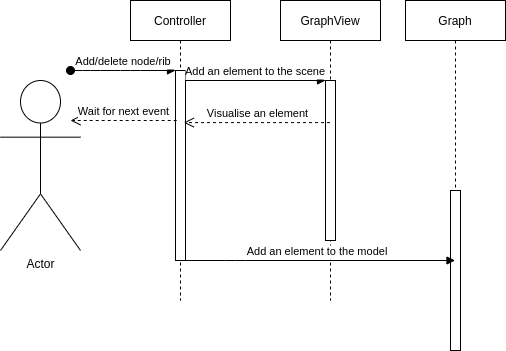
The draw.io diagram reports/UML/sequence.png in dkamakin/Practice-SPbETU-2021, before a commit. Source tidied: cells renumbered, new cells last; positions are measured from the earlier drawing's top-left corner, leaving out a move shared by most shapes.
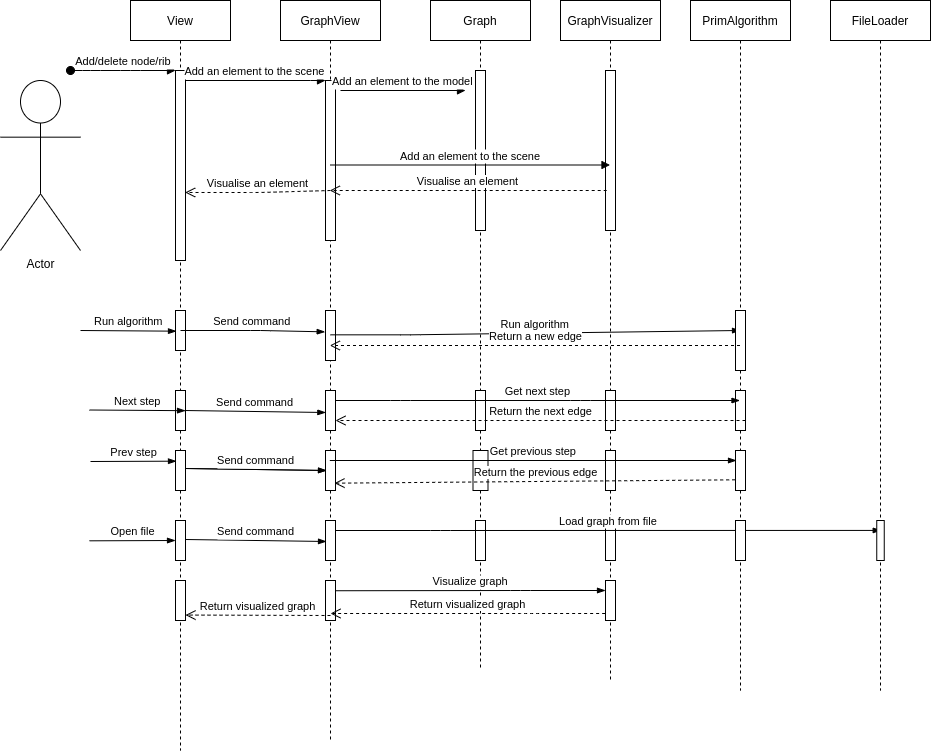
The same file after the commit.

Change to the diagram source:
```diff
@@ -2,8 +2,8 @@
   <root>
     <mxCell id="0" />
     <mxCell id="1" parent="0" />
-    <mxCell id="2" value="Controller" style="shape=umlLifeline;perimeter=lifelinePerimeter;rounded=0;shadow=0;strokeWidth=1;" parent="1" vertex="1">
-      <mxGeometry x="130" width="100" height="300" as="geometry" />
+    <mxCell id="2" value="View" style="shape=umlLifeline;perimeter=lifelinePerimeter;rounded=0;shadow=0;strokeWidth=1;" parent="1" vertex="1">
+      <mxGeometry x="130" width="100" height="750" as="geometry" />
     </mxCell>
     <mxCell id="3" style="points=[];perimeter=orthogonalPerimeter;rounded=0;shadow=0;strokeWidth=1;" parent="2" vertex="1">
       <mxGeometry x="45" y="70" width="10" height="190" as="geometry" />
@@ -17,40 +17,245 @@
         </Array>
       </mxGeometry>
     </mxCell>
+    <mxCell id="14" style="points=[];perimeter=orthogonalPerimeter;rounded=0;shadow=0;strokeWidth=1;" parent="2" vertex="1">
+      <mxGeometry x="45" y="310" width="10" height="40" as="geometry" />
+    </mxCell>
+    <mxCell id="15" style="perimeter=orthogonalPerimeter;rounded=0;shadow=0;strokeWidth=1;" parent="2" vertex="1">
+      <mxGeometry x="45" y="450" width="10" height="40" as="geometry" />
+    </mxCell>
     <mxCell id="5" value="GraphView" style="shape=umlLifeline;perimeter=lifelinePerimeter;rounded=0;shadow=0;strokeWidth=1;" parent="1" vertex="1">
-      <mxGeometry x="280" width="100" height="300" as="geometry" />
+      <mxGeometry x="280" width="100" height="740" as="geometry" />
     </mxCell>
     <mxCell id="6" style="points=[];perimeter=orthogonalPerimeter;rounded=0;shadow=0;strokeWidth=1;" parent="5" vertex="1">
       <mxGeometry x="45" y="80" width="10" height="160" as="geometry" />
     </mxCell>
+    <mxCell id="16" style="points=[];perimeter=orthogonalPerimeter;rounded=0;shadow=0;strokeWidth=1;" parent="5" vertex="1">
+      <mxGeometry x="45" y="310" width="10" height="50" as="geometry" />
+    </mxCell>
+    <mxCell id="17" style="points=[];perimeter=orthogonalPerimeter;rounded=0;shadow=0;strokeWidth=1;" parent="5" vertex="1">
+      <mxGeometry x="45" y="390" width="10" height="40" as="geometry" />
+    </mxCell>
+    <mxCell id="18" style="points=[];perimeter=orthogonalPerimeter;rounded=0;shadow=0;strokeWidth=1;" parent="5" vertex="1">
+      <mxGeometry x="45" y="450" width="10" height="40" as="geometry" />
+    </mxCell>
     <mxCell id="7" value="Add an element to the scene" style="verticalAlign=bottom;endArrow=block;entryX=0;entryY=0;shadow=0;strokeWidth=1;" parent="1" edge="1" source="3" target="6">
-      <mxGeometry relative="1" as="geometry" />
+      <mxGeometry relative="1" as="geometry">
+        <Array as="points">
+          <mxPoint x="320" y="80" />
+        </Array>
+      </mxGeometry>
     </mxCell>
     <mxCell id="8" value="Actor" style="shape=umlActor;verticalLabelPosition=bottom;verticalAlign=top;html=1;" parent="1" vertex="1">
       <mxGeometry y="80" width="80" height="170" as="geometry" />
     </mxCell>
     <mxCell id="9" value="Graph" style="shape=umlLifeline;perimeter=lifelinePerimeter;rounded=0;shadow=0;strokeWidth=1;" parent="1" vertex="1">
-      <mxGeometry x="405" width="100" height="300" as="geometry" />
+      <mxGeometry x="430" width="100" height="670" as="geometry" />
     </mxCell>
     <mxCell id="10" style="perimeter=orthogonalPerimeter;rounded=0;shadow=0;strokeWidth=1;" parent="9" vertex="1">
-      <mxGeometry x="45" y="190" width="10" height="160" as="geometry" />
+      <mxGeometry x="45" y="70" width="10" height="160" as="geometry" />
     </mxCell>
+    <mxCell id="19" style="perimeter=orthogonalPerimeter;rounded=0;shadow=0;strokeWidth=1;" parent="9" vertex="1">
+      <mxGeometry x="45" y="390" width="10" height="40" as="geometry" />
+    </mxCell>
+    <mxCell id="20" style="perimeter=orthogonalPerimeter;rounded=0;shadow=0;strokeWidth=1;" parent="9" vertex="1">
+      <mxGeometry x="45" y="520" width="10" height="40" as="geometry" />
+    </mxCell>
+    <mxCell id="12" value="Visualise an element" style="html=1;verticalAlign=bottom;endArrow=open;dashed=1;endSize=8;entryX=0.967;entryY=0.642;entryDx=0;entryDy=0;entryPerimeter=0;" parent="1" edge="1" target="3">
+      <mxGeometry relative="1" as="geometry">
+        <mxPoint x="330" y="190" as="sourcePoint" />
+        <Array as="points">
+          <mxPoint x="260" y="192" />
+        </Array>
+      </mxGeometry>
+    </mxCell>
-    <mxCell id="11" value="Add an element to the model" style="verticalAlign=bottom;endArrow=block;shadow=0;strokeWidth=1;" parent="1" edge="1" target="9">
+    <mxCell id="11" value="Add an element to the model" style="verticalAlign=bottom;endArrow=block;shadow=0;strokeWidth=1;" parent="1" edge="1">
       <mxGeometry relative="1" as="geometry">
-        <mxPoint x="180" y="260" as="sourcePoint" />
+        <mxPoint x="340" y="90" as="sourcePoint" />
+        <mxPoint x="465" y="90" as="targetPoint" />
         <Array as="points">
-          <mxPoint x="235" y="260" />
+          <mxPoint x="340" y="90" />
         </Array>
       </mxGeometry>
     </mxCell>
-    <mxCell id="12" value="Visualise an element" style="html=1;verticalAlign=bottom;endArrow=open;dashed=1;endSize=8;entryX=0.533;entryY=0.407;entryDx=0;entryDy=0;entryPerimeter=0;" parent="1" edge="1" source="5" target="2">
-      <mxGeometry relative="1" as="geometry" />
-    </mxCell>
-    <mxCell id="13" value="Wait for next event" style="html=1;verticalAlign=bottom;endArrow=open;dashed=1;endSize=8;" parent="1" edge="1">
-      <mxGeometry relative="1" as="geometry">
-        <mxPoint x="176.2" y="120" as="sourcePoint" />
-        <mxPoint x="70" y="120" as="targetPoint" />
-      </mxGeometry>
-    </mxCell>
+    <mxCell id="21" value="GraphVisualizer" style="shape=umlLifeline;perimeter=lifelinePerimeter;rounded=0;shadow=0;strokeWidth=1;" parent="1" vertex="1">
+      <mxGeometry x="560" width="100" height="680" as="geometry" />
+    </mxCell>
+    <mxCell id="22" style="perimeter=orthogonalPerimeter;rounded=0;shadow=0;strokeWidth=1;" parent="21" vertex="1">
+      <mxGeometry x="45" y="70" width="10" height="160" as="geometry" />
+    </mxCell>
+    <mxCell id="23" style="perimeter=orthogonalPerimeter;rounded=0;shadow=0;strokeWidth=1;" parent="21" vertex="1">
+      <mxGeometry x="45" y="450" width="10" height="40" as="geometry" />
+    </mxCell>
+    <mxCell id="24" style="perimeter=orthogonalPerimeter;rounded=0;shadow=0;strokeWidth=1;" parent="21" vertex="1">
+      <mxGeometry x="45" y="520" width="10" height="40" as="geometry" />
+    </mxCell>
+    <mxCell id="25" value="Add an element to the scene" style="verticalAlign=bottom;endArrow=block;shadow=0;strokeWidth=1;" parent="1" edge="1" target="21">
+      <mxGeometry relative="1" as="geometry">
+        <mxPoint x="330" y="164.5" as="sourcePoint" />
+      </mxGeometry>
+    </mxCell>
+    <mxCell id="26" value="Visualise an element" style="html=1;verticalAlign=bottom;endArrow=open;dashed=1;endSize=8;" parent="1" edge="1" target="5">
+      <mxGeometry relative="1" as="geometry">
+        <mxPoint x="606.2" y="190" as="sourcePoint" />
+      </mxGeometry>
+    </mxCell>
+    <mxCell id="27" value="PrimAlgorithm" style="shape=umlLifeline;perimeter=lifelinePerimeter;rounded=0;shadow=0;strokeWidth=1;" parent="1" vertex="1">
+      <mxGeometry x="690" width="100" height="690" as="geometry" />
+    </mxCell>
+    <mxCell id="28" style="points=[];perimeter=orthogonalPerimeter;rounded=0;shadow=0;strokeWidth=1;" parent="27" vertex="1">
+      <mxGeometry x="45" y="450" width="10" height="40" as="geometry" />
+    </mxCell>
+    <mxCell id="29" value="Run algorithm" style="verticalAlign=bottom;endArrow=blockThin;entryX=0.1;entryY=0.517;shadow=0;strokeWidth=1;entryDx=0;entryDy=0;entryPerimeter=0;endFill=1;" parent="1" edge="1" target="14">
+      <mxGeometry relative="1" as="geometry">
+        <mxPoint x="80" y="330" as="sourcePoint" />
+      </mxGeometry>
+    </mxCell>
+    <mxCell id="30" value="Send command" style="verticalAlign=bottom;endArrow=blockThin;entryX=-0.033;entryY=0.427;shadow=0;strokeWidth=1;entryDx=0;entryDy=0;entryPerimeter=0;endFill=1;" parent="1" edge="1" target="16">
+      <mxGeometry relative="1" as="geometry">
+        <mxPoint x="180" y="330" as="sourcePoint" />
+        <Array as="points">
+          <mxPoint x="260" y="330" />
+        </Array>
+      </mxGeometry>
+    </mxCell>
+    <mxCell id="31" value="Run algorithm" style="verticalAlign=bottom;endArrow=blockThin;entryX=0.5;entryY=0.333;shadow=0;strokeWidth=1;entryDx=0;entryDy=0;entryPerimeter=0;endFill=1;" parent="1" edge="1" target="32">
+      <mxGeometry relative="1" as="geometry">
+        <mxPoint x="330" y="334.3" as="sourcePoint" />
+        <Array as="points">
+          <mxPoint x="410" y="334.3" />
+        </Array>
+      </mxGeometry>
+    </mxCell>
+    <mxCell id="32" style="points=[];perimeter=orthogonalPerimeter;rounded=0;shadow=0;strokeWidth=1;" parent="1" vertex="1">
+      <mxGeometry x="735" y="310" width="10" height="60" as="geometry" />
+    </mxCell>
+    <mxCell id="33" value="Return a new edge" style="html=1;verticalAlign=bottom;endArrow=open;dashed=1;endSize=8;" parent="1" edge="1" source="27" target="5">
+      <mxGeometry relative="1" as="geometry" />
+    </mxCell>
+    <mxCell id="34" style="perimeter=orthogonalPerimeter;rounded=0;shadow=0;strokeWidth=1;" parent="1" vertex="1">
+      <mxGeometry x="175" y="390" width="10" height="40" as="geometry" />
+    </mxCell>
+    <mxCell id="35" style="perimeter=orthogonalPerimeter;rounded=0;shadow=0;strokeWidth=1;" parent="1" vertex="1">
+      <mxGeometry x="605" y="390" width="10" height="40" as="geometry" />
+    </mxCell>
+    <mxCell id="36" style="perimeter=orthogonalPerimeter;rounded=0;shadow=0;strokeWidth=1;" parent="1" vertex="1">
+      <mxGeometry x="735" y="390" width="10" height="40" as="geometry" />
+    </mxCell>
+    <mxCell id="37" value="Next step" style="verticalAlign=bottom;endArrow=blockThin;entryX=0.1;entryY=0.517;shadow=0;strokeWidth=1;entryDx=0;entryDy=0;entryPerimeter=0;endFill=1;" parent="1" edge="1">
+      <mxGeometry relative="1" as="geometry">
+        <mxPoint x="89" y="409.5" as="sourcePoint" />
+        <mxPoint x="185" y="410.2" as="targetPoint" />
+      </mxGeometry>
+    </mxCell>
+    <mxCell id="38" value="Send command" style="verticalAlign=bottom;endArrow=blockThin;shadow=0;strokeWidth=1;endFill=1;entryX=0.033;entryY=0.55;entryDx=0;entryDy=0;entryPerimeter=0;" parent="1" edge="1" target="17">
+      <mxGeometry relative="1" as="geometry">
+        <mxPoint x="184" y="410" as="sourcePoint" />
+      </mxGeometry>
+    </mxCell>
+    <mxCell id="39" value="Get next step" style="verticalAlign=bottom;endArrow=blockThin;shadow=0;strokeWidth=1;endFill=1;" parent="1" edge="1" source="17" target="27">
+      <mxGeometry relative="1" as="geometry">
+        <Array as="points">
+          <mxPoint x="400" y="400" />
+          <mxPoint x="580" y="400" />
+        </Array>
+      </mxGeometry>
+    </mxCell>
+    <mxCell id="40" value="Return the next edge" style="html=1;verticalAlign=bottom;endArrow=open;dashed=1;endSize=8;" parent="1" edge="1">
+      <mxGeometry relative="1" as="geometry">
+        <mxPoint x="745" y="420" as="sourcePoint" />
+        <mxPoint x="335" y="420" as="targetPoint" />
+      </mxGeometry>
+    </mxCell>
+    <mxCell id="41" style="perimeter=orthogonalPerimeter;rounded=0;shadow=0;strokeWidth=1;" parent="1" vertex="1">
+      <mxGeometry x="472.5" y="450" width="15" height="40" as="geometry" />
+    </mxCell>
+    <mxCell id="42" value="Prev step" style="verticalAlign=bottom;endArrow=blockThin;entryX=0.1;entryY=0.517;shadow=0;strokeWidth=1;entryDx=0;entryDy=0;entryPerimeter=0;endFill=1;" parent="1" edge="1">
+      <mxGeometry relative="1" as="geometry">
+        <mxPoint x="90" y="461" as="sourcePoint" />
+        <mxPoint x="176" y="460.7" as="targetPoint" />
+      </mxGeometry>
+    </mxCell>
+    <mxCell id="43" value="Send command" style="verticalAlign=bottom;endArrow=blockThin;shadow=0;strokeWidth=1;endFill=1;" parent="1" edge="1">
+      <mxGeometry relative="1" as="geometry">
+        <mxPoint x="185" y="468" as="sourcePoint" />
+        <mxPoint x="326" y="470" as="targetPoint" />
+      </mxGeometry>
+    </mxCell>
+    <mxCell id="44" value="Get previous step" style="verticalAlign=bottom;endArrow=blockThin;shadow=0;strokeWidth=1;endFill=1;entryX=0.1;entryY=0.25;entryDx=0;entryDy=0;entryPerimeter=0;" parent="1" edge="1" source="5" target="28">
+      <mxGeometry relative="1" as="geometry" />
+    </mxCell>
+    <mxCell id="45" value="Return the previous edge&lt;br&gt;" style="html=1;verticalAlign=bottom;endArrow=open;dashed=1;endSize=8;exitX=-0.033;exitY=0.733;exitDx=0;exitDy=0;exitPerimeter=0;entryX=0.9;entryY=0.817;entryDx=0;entryDy=0;entryPerimeter=0;" parent="1" edge="1" source="28" target="18">
+      <mxGeometry relative="1" as="geometry" />
+    </mxCell>
+    <mxCell id="46" value="Open file" style="verticalAlign=bottom;endArrow=blockThin;entryX=0.1;entryY=0.517;shadow=0;strokeWidth=1;entryDx=0;entryDy=0;entryPerimeter=0;endFill=1;" parent="1" edge="1">
+      <mxGeometry relative="1" as="geometry">
+        <mxPoint x="89" y="540.3" as="sourcePoint" />
+        <mxPoint x="175" y="540" as="targetPoint" />
+      </mxGeometry>
+    </mxCell>
+    <mxCell id="47" style="perimeter=orthogonalPerimeter;rounded=0;shadow=0;strokeWidth=1;" parent="1" vertex="1">
+      <mxGeometry x="175" y="520" width="10" height="40" as="geometry" />
+    </mxCell>
+    <mxCell id="48" style="perimeter=orthogonalPerimeter;rounded=0;shadow=0;strokeWidth=1;" parent="1" vertex="1">
+      <mxGeometry x="325" y="520" width="10" height="40" as="geometry" />
+    </mxCell>
+    <mxCell id="49" value="Send command" style="verticalAlign=bottom;endArrow=blockThin;shadow=0;strokeWidth=1;endFill=1;" parent="1" edge="1">
+      <mxGeometry relative="1" as="geometry">
+        <mxPoint x="185" y="468" as="sourcePoint" />
+        <mxPoint x="326" y="470" as="targetPoint" />
+      </mxGeometry>
+    </mxCell>
+    <mxCell id="50" value="Send command" style="verticalAlign=bottom;endArrow=blockThin;shadow=0;strokeWidth=1;endFill=1;" parent="1" edge="1">
+      <mxGeometry relative="1" as="geometry">
+        <mxPoint x="185" y="539" as="sourcePoint" />
+        <mxPoint x="326" y="541" as="targetPoint" />
+      </mxGeometry>
+    </mxCell>
+    <mxCell id="51" value="Load graph from file" style="verticalAlign=bottom;endArrow=blockThin;shadow=0;strokeWidth=1;endFill=1;entryX=0.507;entryY=0.768;entryDx=0;entryDy=0;entryPerimeter=0;" parent="1" edge="1" target="52">
+      <mxGeometry relative="1" as="geometry">
+        <mxPoint x="335" y="530" as="sourcePoint" />
+        <Array as="points">
+          <mxPoint x="440" y="530" />
+        </Array>
+      </mxGeometry>
+    </mxCell>
+    <mxCell id="52" value="FileLoader" style="shape=umlLifeline;perimeter=lifelinePerimeter;rounded=0;shadow=0;strokeWidth=1;" parent="1" vertex="1">
+      <mxGeometry x="830" width="100" height="690" as="geometry" />
+    </mxCell>
+    <mxCell id="53" style="perimeter=orthogonalPerimeter;rounded=0;shadow=0;strokeWidth=1;" parent="52" vertex="1">
+      <mxGeometry x="46.2" y="520" width="7.5" height="40" as="geometry" />
+    </mxCell>
+    <mxCell id="54" style="perimeter=orthogonalPerimeter;rounded=0;shadow=0;strokeWidth=1;" parent="1" vertex="1">
+      <mxGeometry x="735" y="520" width="10" height="40" as="geometry" />
+    </mxCell>
+    <mxCell id="55" style="points=[];perimeter=orthogonalPerimeter;rounded=0;shadow=0;strokeWidth=1;" parent="1" vertex="1">
+      <mxGeometry x="325" y="580" width="10" height="40" as="geometry" />
+    </mxCell>
+    <mxCell id="56" style="points=[];perimeter=orthogonalPerimeter;rounded=0;shadow=0;strokeWidth=1;" parent="1" vertex="1">
+      <mxGeometry x="605" y="580" width="10" height="40" as="geometry" />
+    </mxCell>
+    <mxCell id="57" value="Visualize graph" style="verticalAlign=bottom;endArrow=blockThin;shadow=0;strokeWidth=1;endFill=1;exitX=0.982;exitY=0.256;exitDx=0;exitDy=0;exitPerimeter=0;" parent="1" edge="1" source="55" target="56">
+      <mxGeometry relative="1" as="geometry">
+        <Array as="points">
+          <mxPoint x="520" y="590" />
+        </Array>
+      </mxGeometry>
+    </mxCell>
+    <mxCell id="58" value="Return visualized graph" style="html=1;verticalAlign=bottom;endArrow=open;dashed=1;endSize=8;exitX=-0.037;exitY=0.825;exitDx=0;exitDy=0;exitPerimeter=0;" parent="1" edge="1" source="56">
+      <mxGeometry relative="1" as="geometry">
+        <mxPoint x="330" y="613" as="targetPoint" />
+        <Array as="points">
+          <mxPoint x="530" y="613" />
+        </Array>
+      </mxGeometry>
+    </mxCell>
+    <mxCell id="59" style="points=[];perimeter=orthogonalPerimeter;rounded=0;shadow=0;strokeWidth=1;" parent="1" vertex="1">
+      <mxGeometry x="175" y="580" width="10" height="40" as="geometry" />
+    </mxCell>
+    <mxCell id="60" value="Return visualized graph" style="html=1;verticalAlign=bottom;endArrow=open;dashed=1;endSize=8;entryX=1.002;entryY=0.864;entryDx=0;entryDy=0;entryPerimeter=0;" parent="1" edge="1" target="59">
+      <mxGeometry relative="1" as="geometry">
+        <mxPoint x="330" y="615" as="sourcePoint" />
+      </mxGeometry>
+    </mxCell>
   </root>
 </mxGraphModel>
```
